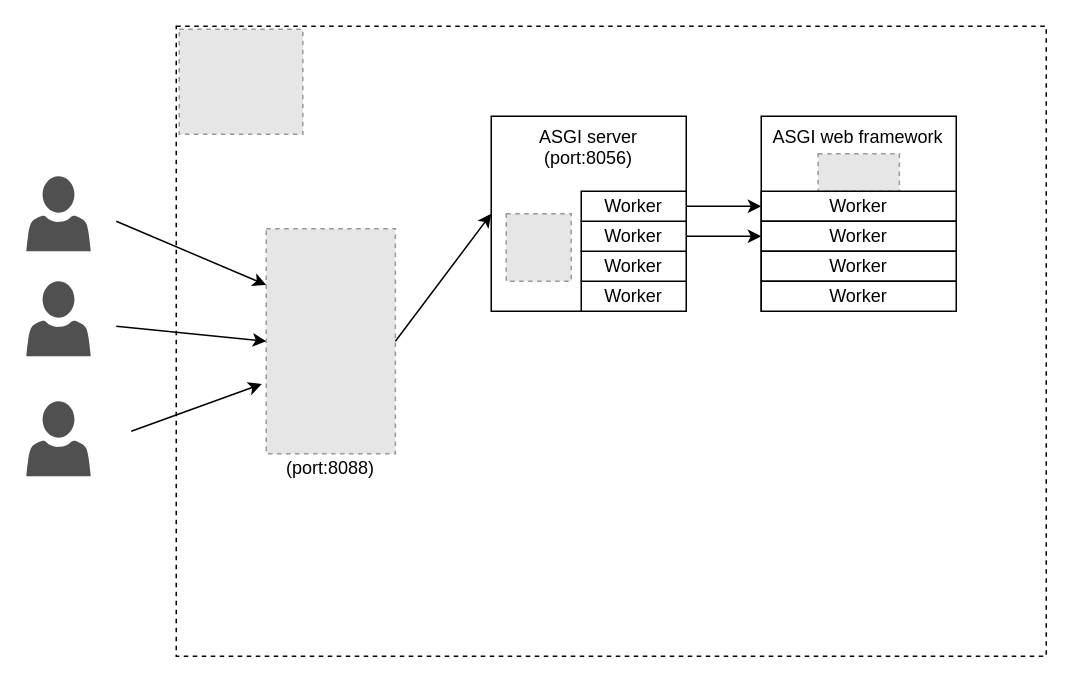
This is page "Page-4" (4 of 4) of M3-cloudmsa.drawio from skykbw/draw-architecture, a draw.io file, before an edit. Source tidied: cells renumbered, new cells numbered last; positions are measured from the earlier drawing's top-left corner, leaving out a move shared by most shapes. Both pictures are drawn from the tidied source at 150%, with x=0, y=0 at pixel (26, 26). Pictures stored in the file or linked from it are replaced by grey dashed boxes.
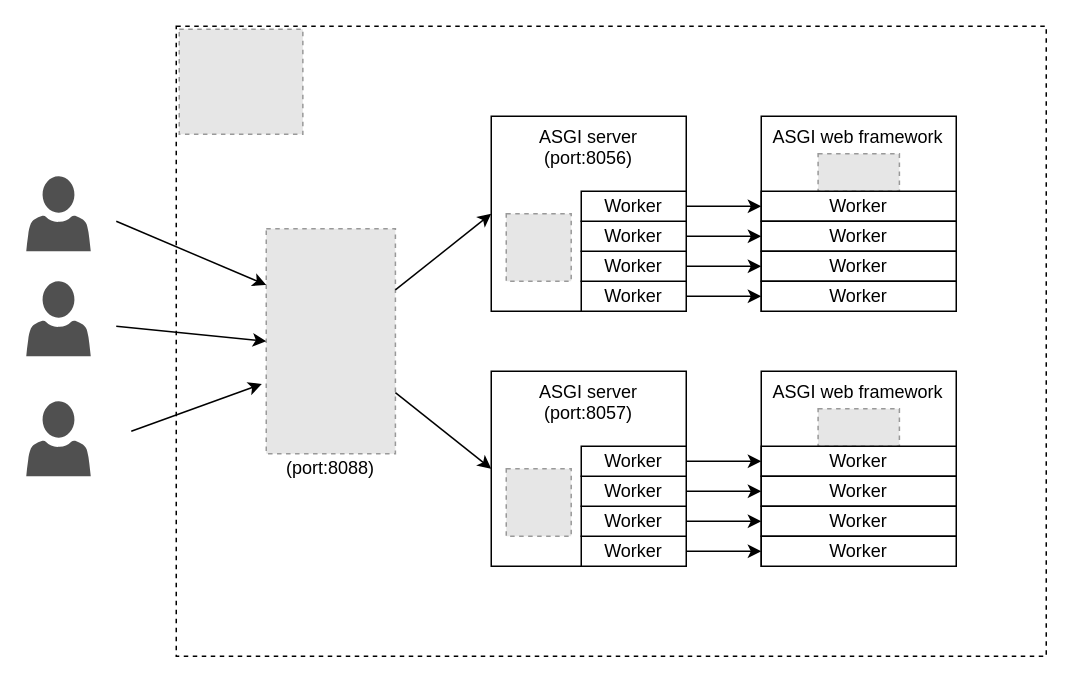
The same page after the edit.

Unchanged cells that the change refers to:
```xml
<mxCell id="7" style="fillColor=#E6E6E6;strokeColor=#999999;dashed=1;verticalLabelPosition=bottom;labelBackgroundColor=#ffffff;verticalAlign=top;" parent="1" vertex="1">
  <mxGeometry x="160" y="135" width="86.1" height="150" as="geometry" />
</mxCell>
<mxCell id="8" value="&lt;div&gt;&lt;span&gt;ASGI server&lt;/span&gt;&lt;/div&gt;&lt;div&gt;&lt;span&gt;(port:8056)&lt;/span&gt;&lt;/div&gt;" style="rounded=0;whiteSpace=wrap;html=1;align=center;verticalAlign=top;" parent="1" vertex="1">
  <mxGeometry x="310" y="60" width="130" height="130" as="geometry" />
</mxCell>
<mxCell id="9" value="Worker" style="rounded=0;whiteSpace=wrap;html=1;align=center;verticalAlign=middle;" parent="1" vertex="1">
  <mxGeometry x="370" y="170" width="70" height="20" as="geometry" />
</mxCell>
<mxCell id="11" value="Worker" style="rounded=0;whiteSpace=wrap;html=1;align=center;verticalAlign=middle;" parent="1" vertex="1">
  <mxGeometry x="370" y="150" width="70" height="20" as="geometry" />
</mxCell>
<mxCell id="19" value="Worker" style="rounded=0;whiteSpace=wrap;html=1;align=center;verticalAlign=middle;" parent="1" vertex="1">
  <mxGeometry x="490" y="150" width="130" height="20" as="geometry" />
</mxCell>
<mxCell id="20" value="Worker" style="rounded=0;whiteSpace=wrap;html=1;align=center;verticalAlign=middle;" parent="1" vertex="1">
  <mxGeometry x="490" y="170" width="130" height="20" as="geometry" />
</mxCell>
```

What changed in the source:
```diff
@@
-    <mxCell id="24" style="endArrow=classic;html=1;entryX=0;entryY=0.5;entryDx=0;entryDy=0;exitX=1;exitY=0.5;exitDx=0;exitDy=0;" parent="1" edge="1" source="7" target="8">
+    <mxCell id="24" style="endArrow=classic;html=1;entryX=0;entryY=0.5;entryDx=0;entryDy=0;" parent="1" edge="1" source="7" target="8">
       <mxGeometry relative="1" as="geometry" />
     </mxCell>
@@
+    <mxCell id="27" style="endArrow=classic;html=1;exitX=1;exitY=0.5;exitDx=0;exitDy=0;" parent="1" edge="1" source="11" target="19">
+      <mxGeometry relative="1" as="geometry" />
+    </mxCell>
+    <mxCell id="28" style="endArrow=classic;html=1;exitX=1;exitY=0.5;exitDx=0;exitDy=0;exitPerimeter=0;entryX=0;entryY=0.5;entryDx=0;entryDy=0;" parent="1" edge="1" source="9" target="20">
+      <mxGeometry relative="1" as="geometry" />
+    </mxCell>
+    <mxCell id="29" value="&lt;div&gt;&lt;span&gt;ASGI server&lt;/span&gt;&lt;/div&gt;&lt;div&gt;&lt;span&gt;(port:8057)&lt;/span&gt;&lt;/div&gt;" style="rounded=0;whiteSpace=wrap;html=1;align=center;verticalAlign=top;" parent="1" vertex="1">
+      <mxGeometry x="310" y="230" width="130" height="130" as="geometry" />
+    </mxCell>
+    <mxCell id="30" value="Worker" style="rounded=0;whiteSpace=wrap;html=1;align=center;verticalAlign=middle;" parent="1" vertex="1">
+      <mxGeometry x="370" y="340" width="70" height="20" as="geometry" />
+    </mxCell>
+    <mxCell id="31" value="Worker" style="rounded=0;whiteSpace=wrap;html=1;align=center;verticalAlign=middle;" parent="1" vertex="1">
+      <mxGeometry x="370" y="320" width="70" height="20" as="geometry" />
+    </mxCell>
+    <mxCell id="32" value="Worker" style="rounded=0;whiteSpace=wrap;html=1;align=center;verticalAlign=middle;" parent="1" vertex="1">
+      <mxGeometry x="370" y="300" width="70" height="20" as="geometry" />
+    </mxCell>
+    <mxCell id="33" value="Worker" style="rounded=0;whiteSpace=wrap;html=1;align=center;verticalAlign=middle;" parent="1" vertex="1">
+      <mxGeometry x="370" y="280" width="70" height="20" as="geometry" />
+    </mxCell>
+    <mxCell id="34" style="fillColor=#E6E6E6;strokeColor=#999999;dashed=1;verticalLabelPosition=bottom;labelBackgroundColor=#ffffff;verticalAlign=top;" parent="1" vertex="1">
+      <mxGeometry x="320" y="295" width="43.3" height="45" as="geometry" />
+    </mxCell>
+    <mxCell id="35" value="&lt;div style=&quot;text-align: center&quot;&gt;&lt;span&gt;&amp;nbsp; ASGI web framework&lt;/span&gt;&lt;/div&gt;&lt;div style=&quot;text-align: center&quot;&gt;&lt;span&gt;&amp;nbsp;&amp;nbsp;&lt;/span&gt;&lt;/div&gt;" style="rounded=0;whiteSpace=wrap;html=1;align=left;verticalAlign=top;" parent="1" vertex="1">
+      <mxGeometry x="490" y="230" width="130" height="130" as="geometry" />
+    </mxCell>
+    <mxCell id="36" style="fillColor=#E6E6E6;strokeColor=#999999;dashed=1;verticalLabelPosition=bottom;labelBackgroundColor=#ffffff;verticalAlign=top;" parent="1" vertex="1">
+      <mxGeometry x="527.9" y="255" width="54.2" height="25" as="geometry" />
+    </mxCell>
+    <mxCell id="37" value="Worker" style="rounded=0;whiteSpace=wrap;html=1;align=center;verticalAlign=middle;" parent="1" vertex="1">
+      <mxGeometry x="490" y="280" width="130" height="20" as="geometry" />
+    </mxCell>
+    <mxCell id="38" value="Worker" style="rounded=0;whiteSpace=wrap;html=1;align=center;verticalAlign=middle;" parent="1" vertex="1">
+      <mxGeometry x="490" y="300" width="130" height="20" as="geometry" />
+    </mxCell>
+    <mxCell id="39" value="Worker" style="rounded=0;whiteSpace=wrap;html=1;align=center;verticalAlign=middle;" parent="1" vertex="1">
+      <mxGeometry x="490" y="320" width="130" height="20" as="geometry" />
+    </mxCell>
+    <mxCell id="40" value="Worker" style="rounded=0;whiteSpace=wrap;html=1;align=center;verticalAlign=middle;" parent="1" vertex="1">
+      <mxGeometry x="490" y="340" width="130" height="20" as="geometry" />
+    </mxCell>
+    <mxCell id="41" style="endArrow=classic;html=1;entryX=0;entryY=0.5;entryDx=0;entryDy=0;exitX=1;exitY=0.5;exitDx=0;exitDy=0;" parent="1" edge="1" source="33" target="37">
+      <mxGeometry relative="1" as="geometry" />
+    </mxCell>
+    <mxCell id="42" style="endArrow=classic;html=1;exitX=1;exitY=0.5;exitDx=0;exitDy=0;" parent="1" edge="1" source="32">
+      <mxGeometry relative="1" as="geometry">
+        <mxPoint x="490" y="310" as="targetPoint" />
+      </mxGeometry>
+    </mxCell>
+    <mxCell id="43" style="endArrow=classic;html=1;exitX=1;exitY=0.5;exitDx=0;exitDy=0;" parent="1" edge="1" source="31" target="39">
+      <mxGeometry relative="1" as="geometry" />
+    </mxCell>
+    <mxCell id="44" style="endArrow=classic;html=1;exitX=1;exitY=0.5;exitDx=0;exitDy=0;exitPerimeter=0;entryX=0;entryY=0.5;entryDx=0;entryDy=0;" parent="1" edge="1" source="30" target="40">
+      <mxGeometry relative="1" as="geometry" />
+    </mxCell>
+    <mxCell id="45" style="endArrow=classic;html=1;entryX=0;entryY=0.5;entryDx=0;entryDy=0;" parent="1" edge="1" source="7" target="29">
+      <mxGeometry relative="1" as="geometry" />
+    </mxCell>
```
